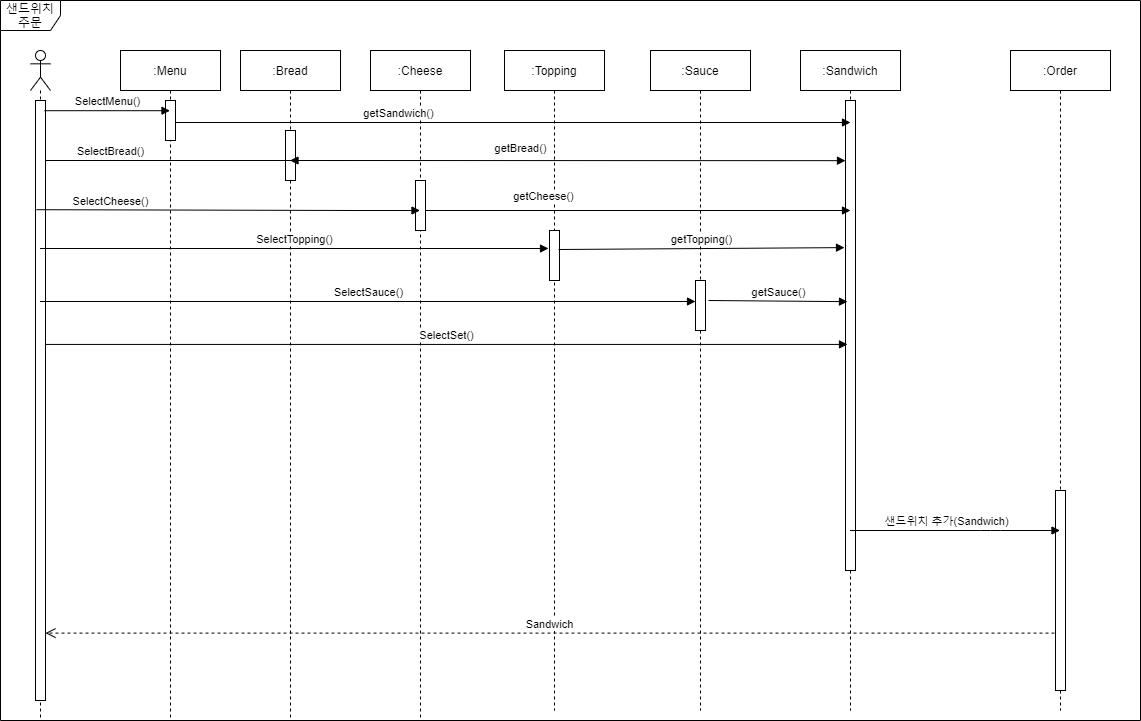
The draw.io diagram 상세명세서/Behavioral Model/sequence diagram/selece menu.png in distroytest/KNUSD-20202-Team05, before a commit. Source tidied: cells renumbered, new cells last; positions are measured from the earlier drawing's top-left corner, leaving out a move shared by most shapes.
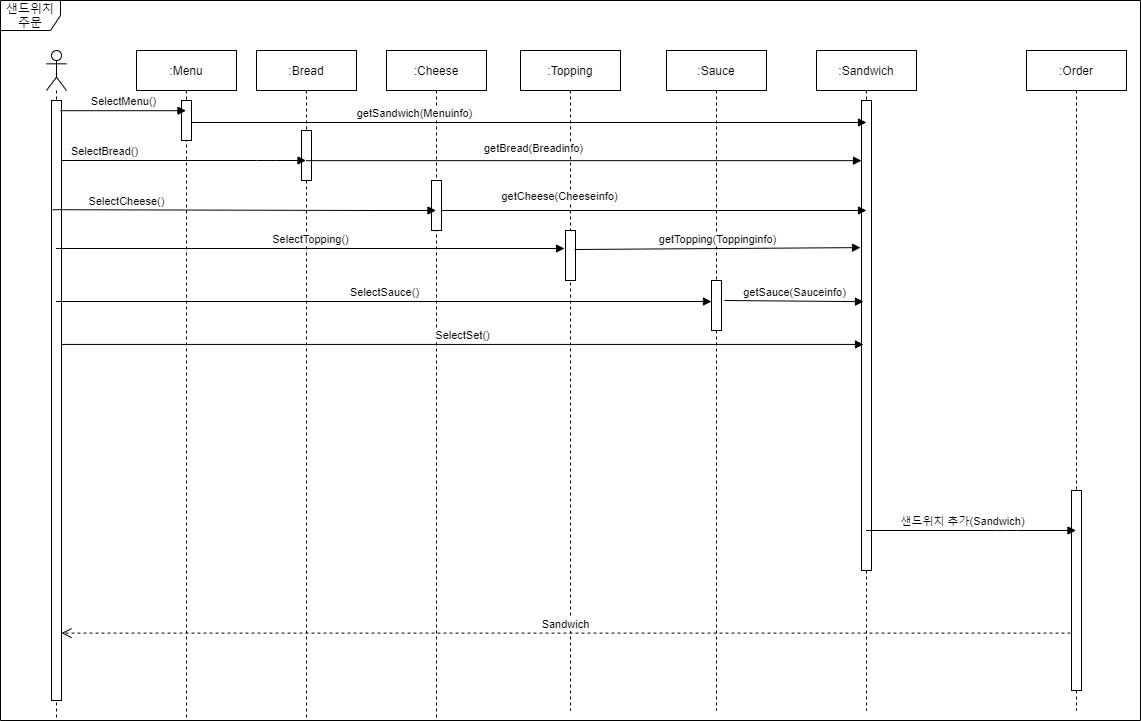
Above is the later version.

What changed in the source:
```diff
@@ -50,7 +50,7 @@
     <mxCell id="17" style="html=1;points=[];perimeter=orthogonalPerimeter;" parent="16" vertex="1">
       <mxGeometry x="45" y="50" width="10" height="470" as="geometry" />
     </mxCell>
-    <mxCell id="18" value="getSandwich()" style="html=1;verticalAlign=bottom;endArrow=block;exitX=1;exitY=0.55;exitDx=0;exitDy=0;exitPerimeter=0;" parent="1" edge="1" source="15">
+    <mxCell id="18" value="getSandwich(Menuinfo)" style="html=1;verticalAlign=bottom;endArrow=block;exitX=1;exitY=0.55;exitDx=0;exitDy=0;exitPerimeter=0;" parent="1" edge="1" source="15">
       <mxGeometry x="-0.34" relative="1" as="geometry">
         <mxPoint x="850" y="122" as="targetPoint" />
       </mxGeometry>
@@ -58,11 +58,11 @@
     <mxCell id="19" value="SelectBread()" style="html=1;verticalAlign=bottom;endArrow=block;" parent="1" edge="1" source="3" target="4">
       <mxGeometry x="-0.64" relative="1" as="geometry">
         <Array as="points">
-          <mxPoint x="350" y="160" />
+          <mxPoint x="250" y="160" />
         </Array>
       </mxGeometry>
     </mxCell>
-    <mxCell id="20" value="getBread()" style="html=1;verticalAlign=bottom;endArrow=block;exitX=1;exitY=0.6;exitDx=0;exitDy=0;exitPerimeter=0;entryX=0;entryY=0.128;entryDx=0;entryDy=0;entryPerimeter=0;" parent="1" edge="1" source="13" target="17">
+    <mxCell id="20" value="getBread(Breadinfo)" style="html=1;verticalAlign=bottom;endArrow=block;entryX=0;entryY=0.128;entryDx=0;entryDy=0;entryPerimeter=0;" parent="1" edge="1" source="4" target="17">
       <mxGeometry x="-0.18" y="3" relative="1" as="geometry" />
     </mxCell>
     <mxCell id="21" value="SelectCheese()" style="html=1;verticalAlign=bottom;endArrow=block;exitX=0.1;exitY=0.182;exitDx=0;exitDy=0;exitPerimeter=0;" parent="1" edge="1" source="3" target="5">
@@ -72,7 +72,7 @@
         </Array>
       </mxGeometry>
     </mxCell>
-    <mxCell id="22" value="getCheese()" style="html=1;verticalAlign=bottom;endArrow=block;exitX=1;exitY=0.6;exitDx=0;exitDy=0;exitPerimeter=0;" parent="1" edge="1" source="6">
+    <mxCell id="22" value="getCheese(Cheeseinfo)" style="html=1;verticalAlign=bottom;endArrow=block;exitX=1;exitY=0.6;exitDx=0;exitDy=0;exitPerimeter=0;" parent="1" edge="1" source="6">
       <mxGeometry x="-0.44" y="5" relative="1" as="geometry">
         <mxPoint x="850" y="210" as="targetPoint" />
       </mxGeometry>
@@ -83,13 +83,13 @@
     <mxCell id="24" value="SelectTopping()" style="html=1;verticalAlign=bottom;endArrow=block;entryX=-0.1;entryY=0.36;entryDx=0;entryDy=0;entryPerimeter=0;" parent="1" edge="1" source="2" target="8">
       <mxGeometry relative="1" as="geometry" />
     </mxCell>
-    <mxCell id="25" value="getTopping()" style="html=1;verticalAlign=bottom;endArrow=block;exitX=0.9;exitY=0.38;exitDx=0;exitDy=0;exitPerimeter=0;entryX=-0.1;entryY=0.313;entryDx=0;entryDy=0;entryPerimeter=0;" parent="1" edge="1" source="8" target="17">
+    <mxCell id="25" value="getTopping(Toppinginfo)" style="html=1;verticalAlign=bottom;endArrow=block;exitX=0.9;exitY=0.38;exitDx=0;exitDy=0;exitPerimeter=0;entryX=-0.1;entryY=0.313;entryDx=0;entryDy=0;entryPerimeter=0;" parent="1" edge="1" source="8" target="17">
       <mxGeometry relative="1" as="geometry" />
     </mxCell>
     <mxCell id="26" value="SelectSauce()" style="html=1;verticalAlign=bottom;endArrow=block;entryX=0;entryY=0.42;entryDx=0;entryDy=0;entryPerimeter=0;" parent="1" edge="1" source="2" target="10">
       <mxGeometry relative="1" as="geometry" />
     </mxCell>
-    <mxCell id="27" value="getSauce()" style="html=1;verticalAlign=bottom;endArrow=block;exitX=1.3;exitY=0.4;exitDx=0;exitDy=0;exitPerimeter=0;entryX=0.2;entryY=0.428;entryDx=0;entryDy=0;entryPerimeter=0;" parent="1" edge="1" source="10" target="17">
+    <mxCell id="27" value="getSauce(Sauceinfo)" style="html=1;verticalAlign=bottom;endArrow=block;exitX=1.3;exitY=0.4;exitDx=0;exitDy=0;exitPerimeter=0;entryX=0.2;entryY=0.428;entryDx=0;entryDy=0;entryPerimeter=0;" parent="1" edge="1" source="10" target="17">
       <mxGeometry relative="1" as="geometry" />
     </mxCell>
     <mxCell id="28" value="SelectSet()" style="html=1;verticalAlign=bottom;endArrow=block;entryX=0.2;entryY=0.519;entryDx=0;entryDy=0;entryPerimeter=0;" parent="1" edge="1" source="3" target="17">
@@ -106,7 +106,7 @@
       <mxGeometry relative="1" as="geometry" />
     </mxCell>
     <mxCell id="31" value="샌드위치 주문" style="shape=umlFrame;whiteSpace=wrap;html=1;" parent="1" vertex="1">
-      <mxGeometry width="1140" height="720" as="geometry" />
+      <mxGeometry x="-16" width="1140" height="720" as="geometry" />
     </mxCell>
   </root>
 </mxGraphModel>
```
